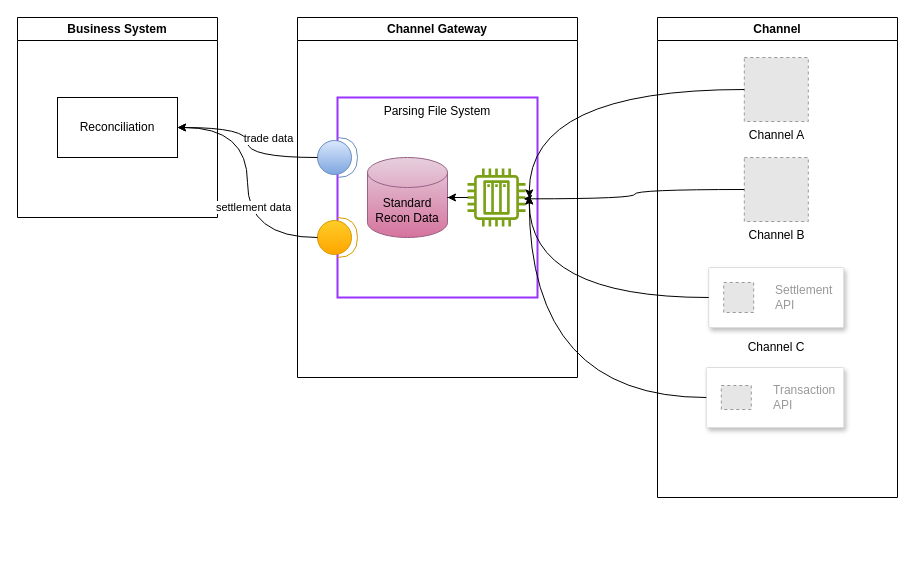
This is Reconciliation Solution In Channel.drawio from catface996/images, a draw.io file, before an edit. Source tidied: cells renumbered, new cells numbered last; positions are measured from the earlier drawing's top-left corner, leaving out a move shared by most shapes. Both pictures are drawn from the tidied source at 100%, with x=0, y=0 at pixel (17, 17). Pictures stored in the file or linked from it are replaced by grey dashed boxes.
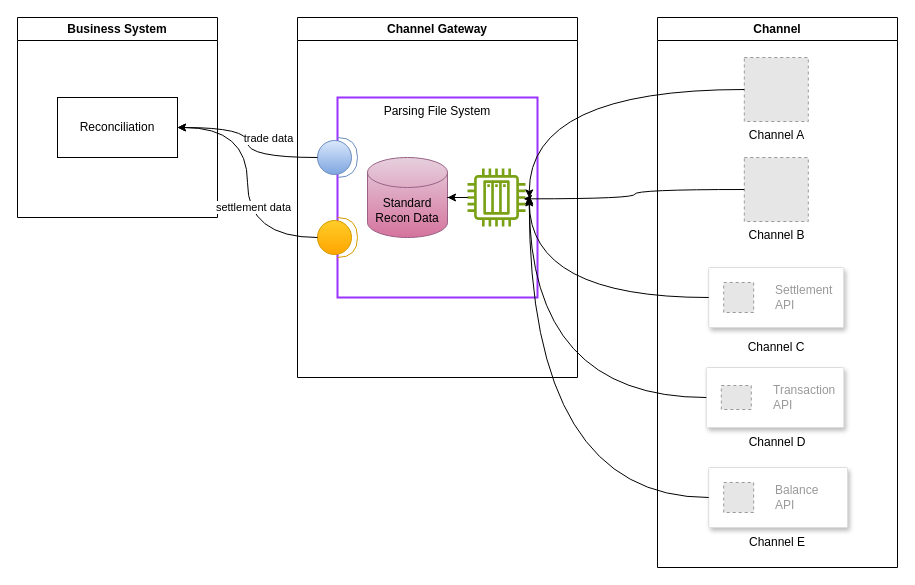
The same page after the edit.

The change refers to these unchanged cells:
```xml
<mxCell id="15" style="sketch=0;outlineConnect=0;fontColor=#232F3E;gradientColor=none;fillColor=#7AA116;strokeColor=none;dashed=0;verticalLabelPosition=bottom;verticalAlign=top;align=center;html=1;fontSize=12;fontStyle=0;shape=mxgraph.aws4.iot_thing_plc;" parent="10" vertex="1">
  <mxGeometry x="170" y="151" width="58" height="58" as="geometry" />
</mxCell>
```

The edit, as a diff of the source:
```diff
@@
     <mxCell id="2" value="Channel" style="swimlane;whiteSpace=wrap;html=1;" parent="1" vertex="1">
-      <mxGeometry x="640" width="240" height="480" as="geometry" />
+      <mxGeometry x="640" width="240" height="550" as="geometry" />
     </mxCell>
@@
+    <mxCell id="27" style="strokeColor=#dddddd;shadow=1;strokeWidth=1;rounded=1;absoluteArcSize=1;arcSize=2;" parent="2" vertex="1">
+      <mxGeometry x="51.2" y="450" width="138.8" height="60" as="geometry" />
+    </mxCell>
+    <mxCell id="28" value="Balance&lt;br&gt;API" style="fillColor=#E6E6E6;strokeColor=#999999;dashed=1;html=1;fontColor=#999999;verticalLabelPosition=middle;labelBackgroundColor=#ffffff;verticalAlign=middle;labelPosition=right;align=left;spacingLeft=20;" parent="27" vertex="1">
+      <mxGeometry width="30" height="30" relative="1" as="geometry">
+        <mxPoint x="15" y="15" as="offset" />
+      </mxGeometry>
+    </mxCell>
+    <mxCell id="29" value="Channel D" style="text;html=1;strokeColor=none;fillColor=none;align=center;verticalAlign=middle;whiteSpace=wrap;rounded=0;" parent="2" vertex="1">
+      <mxGeometry x="90" y="410" width="60" height="30" as="geometry" />
+    </mxCell>
+    <mxCell id="30" value="Channel E" style="text;html=1;strokeColor=none;fillColor=none;align=center;verticalAlign=middle;whiteSpace=wrap;rounded=0;" parent="2" vertex="1">
+      <mxGeometry x="90" y="510" width="60" height="30" as="geometry" />
+    </mxCell>
@@
+    <mxCell id="31" style="edgeStyle=orthogonalEdgeStyle;rounded=0;jettySize=auto;html=1;entryX=1.065;entryY=0.507;entryDx=0;entryDy=0;entryPerimeter=0;curved=1;" parent="1" edge="1" source="27" target="15">
+      <mxGeometry relative="1" as="geometry" />
+    </mxCell>
```
